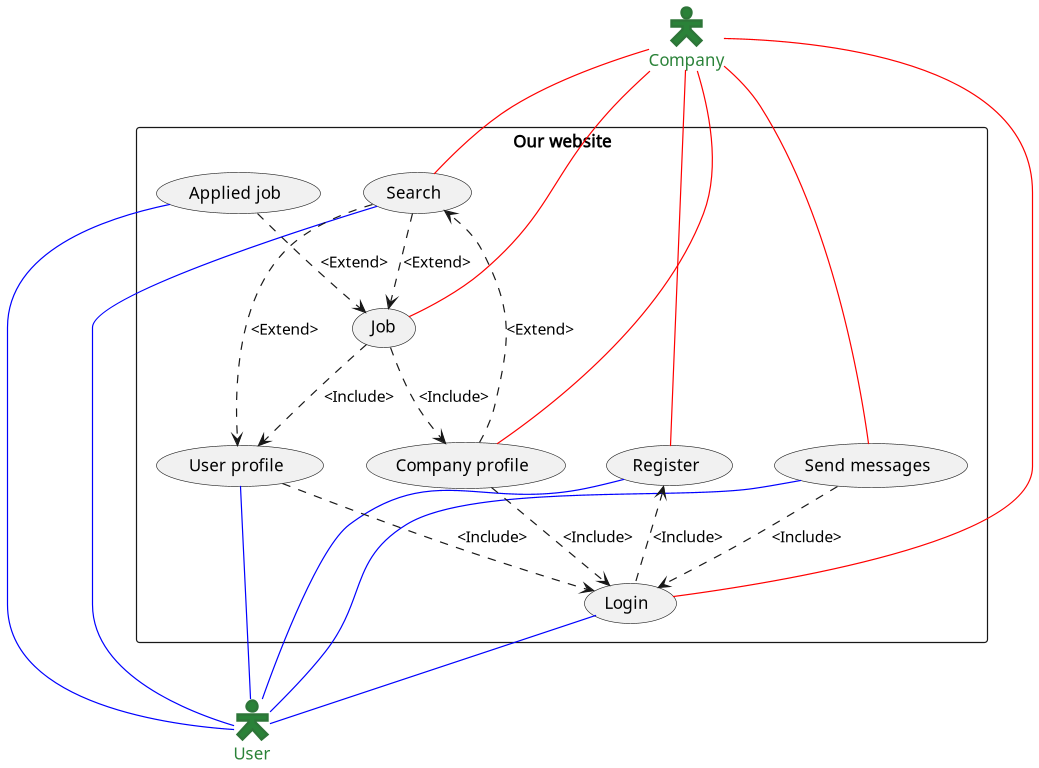
Earlier version of the PlantUML export Level_2/Term_2/Software Engineering/Projects/Project_1/UML/use case daigram.png (anaselgarhy/University-old).
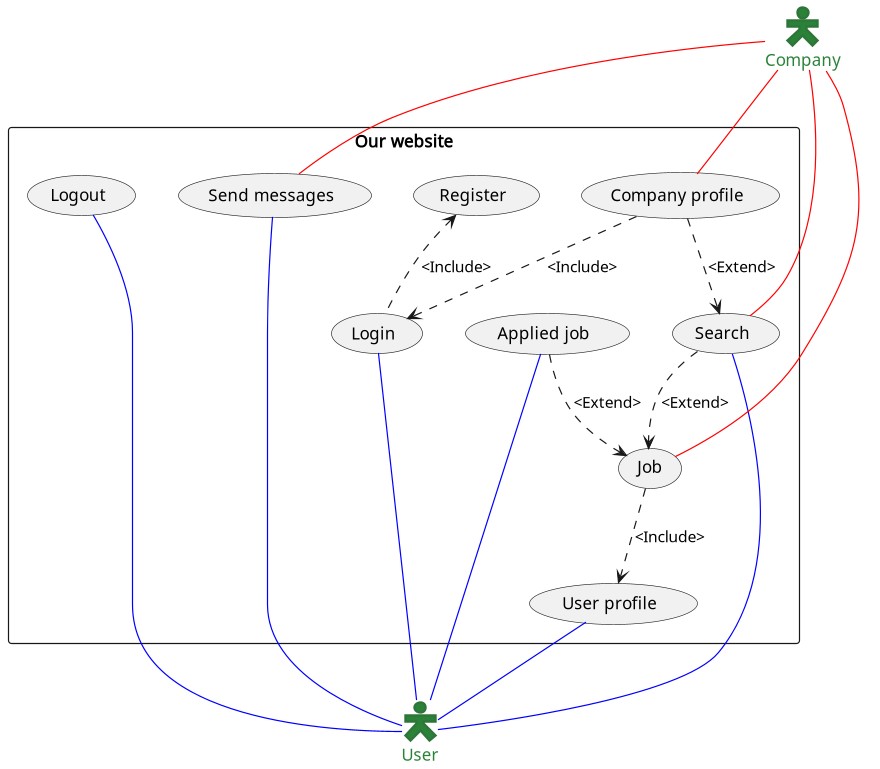
After the commit.

Change to the diagram source:
```diff
@@ -5,15 +5,13 @@
 
 rectangle "Our website" {
     User -up- (Login) #blue
-    User -up- (Register) #blue
     User -up- (Send messages) #blue
     User -up- (Search) #blue
     User -up- (Applied job) #blue
     User -up- (User profile) #blue
+    User -up- (Logout) #blue
 
     Company -down- (Job) #red
-    Company -down- (Login) #red
-    Company -down- (Register) #red
     Company -down- (Search) #red
     Company -down- (Company profile) #red
     Company -down- (Send messages) #red
@@ -21,13 +19,9 @@
     (Login) .up.> (Register) : <Include>
     (Job) .down.> (User profile) : <Include>
     (Applied job) .down.> (Job) : <Extend>
-    (Send messages) .down.> (Login) : <Include>
-    (Search) .down.> (User profile) : <Extend>
     (Search) .down.> (Job) : <Extend>
-    (User profile) .down.> (Login) : <Include>
 
     (Company profile) .down.> (Login) : <Include>
-    (Job) .down.> (Company profile) : <Include>
     (Company profile) .down.> (Search) : <Extend>
 }
 @enduml
```
